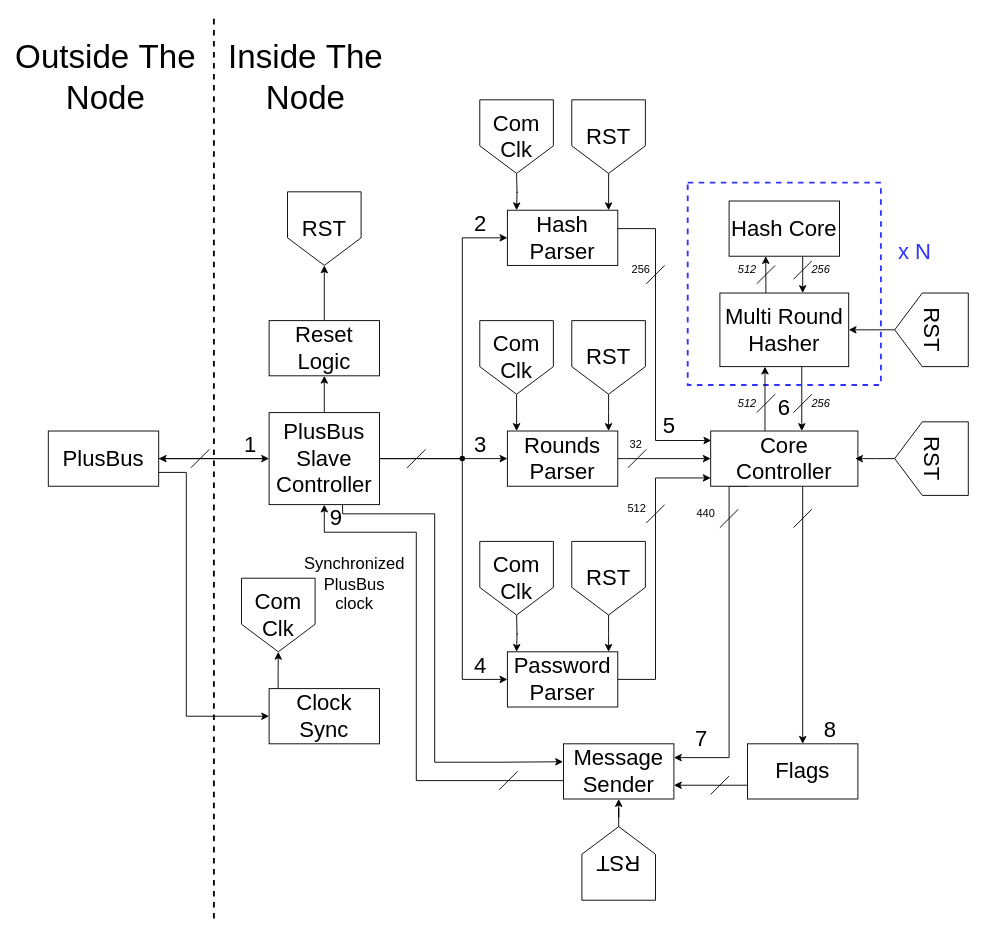
The draw.io diagram figures/prototype/node_structure/node_structure.drawio in Niclasapdk/ESD3_project, before the edit. Source tidied: cells renumbered, new cells numbered last; positions are measured from the earlier drawing's top-left corner, leaving out a move shared by most shapes. Both pictures are drawn from the tidied source at 92%, with x=0, y=0 at pixel (29, 17).
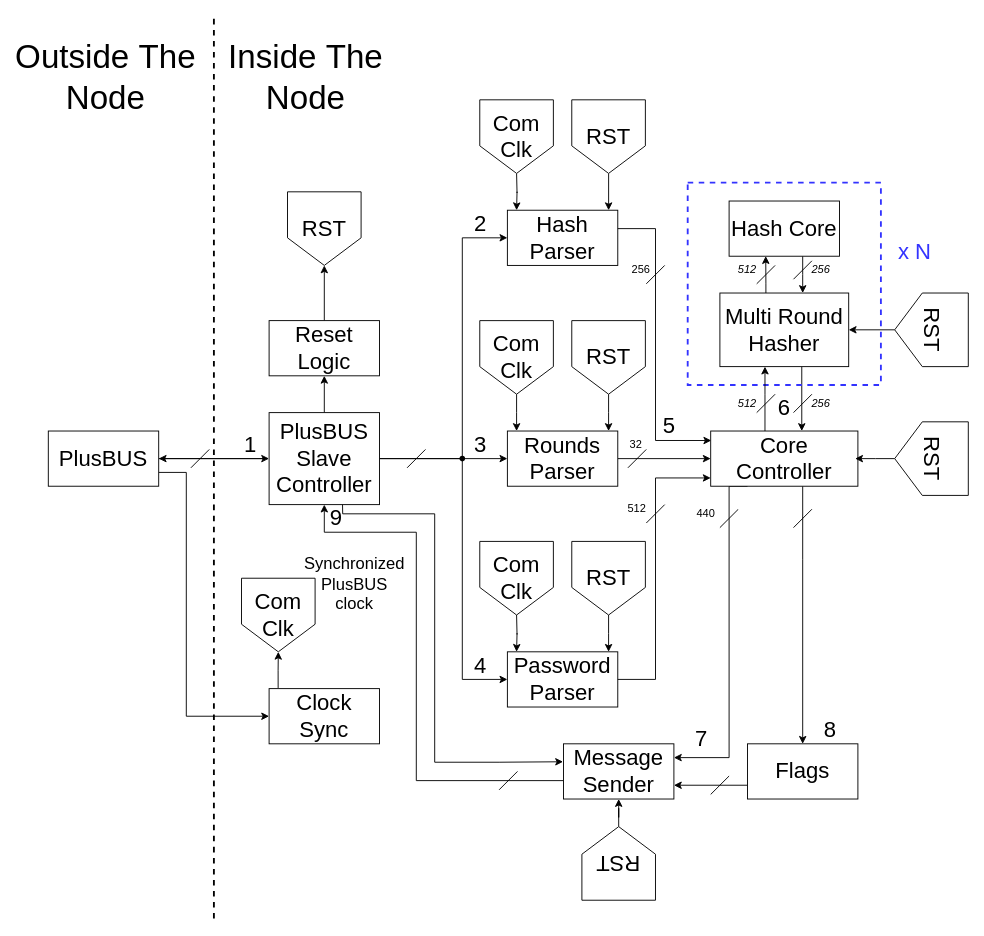
The same diagram, later.

Commit message:
update plusbus name node_structure.drawio

The edit, as a diff of the source:
```diff
@@
-    <mxCell id="4" value="&lt;font style=&quot;font-size: 24px;&quot;&gt;PlusBus&lt;/font&gt;" style="rounded=0;html=1;fontSize=16;whiteSpace=wrap;" parent="1" vertex="1">
+    <mxCell id="4" value="&lt;font style=&quot;font-size: 24px;&quot;&gt;PlusBUS&lt;/font&gt;" style="rounded=0;html=1;fontSize=16;whiteSpace=wrap;" parent="1" vertex="1">
       <mxGeometry x="20" y="450" width="120" height="60" as="geometry" />
     </mxCell>
@@
-    <mxCell id="12" value="&lt;font style=&quot;font-size: 24px;&quot;&gt;PlusBus Slave Controller&lt;br&gt;&lt;/font&gt;" style="rounded=0;html=1;whiteSpace=wrap;" parent="1" vertex="1">
+    <mxCell id="12" value="&lt;font style=&quot;font-size: 24px;&quot;&gt;PlusBUS Slave Controller&lt;br&gt;&lt;/font&gt;" style="rounded=0;html=1;whiteSpace=wrap;" parent="1" vertex="1">
       <mxGeometry x="260" y="430" width="120" height="100" as="geometry" />
     </mxCell>
@@
-    <mxCell id="60" value="&lt;font style=&quot;font-size: 18px;&quot;&gt;Synchronized PlusBus clock&lt;br&gt;&lt;/font&gt;" style="text;html=1;strokeColor=none;fillColor=none;align=center;verticalAlign=middle;rounded=0;whiteSpace=wrap;" parent="1" vertex="1">
+    <mxCell id="60" value="&lt;font style=&quot;font-size: 18px;&quot;&gt;Synchronized PlusBUS clock&lt;br&gt;&lt;/font&gt;" style="text;html=1;strokeColor=none;fillColor=none;align=center;verticalAlign=middle;rounded=0;whiteSpace=wrap;" parent="1" vertex="1">
       <mxGeometry x="303" y="572" width="100" height="90" as="geometry" />
     </mxCell>
```
